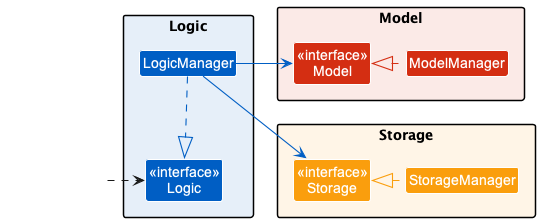
This is docs/images/ComponentManagers.png from nus-cs2103-AY2223S2/tp, a PlantUML export, as it was before one commit.
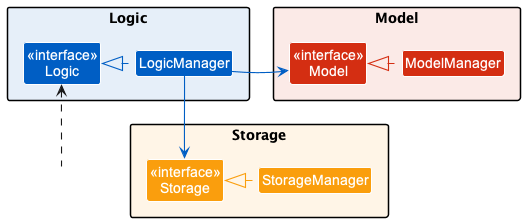
The same diagram one commit later.

Commit message:
Fix ComponentManagers diagram

What changed in the source:
```diff
@@ -19,9 +19,9 @@
 }
 
 Class HiddenOutside #FFFFFF
-HiddenOutside .right.> Logic
+HiddenOutside .up.> Logic
 
-LogicManager .[LOGIC_COLOR]down.|> Logic
+LogicManager .[LOGIC_COLOR]left.|> Logic
 ModelManager .[MODEL_COLOR]left.|> Model
 StorageManager .[STORAGE_COLOR]left.|> Storage
 
```
